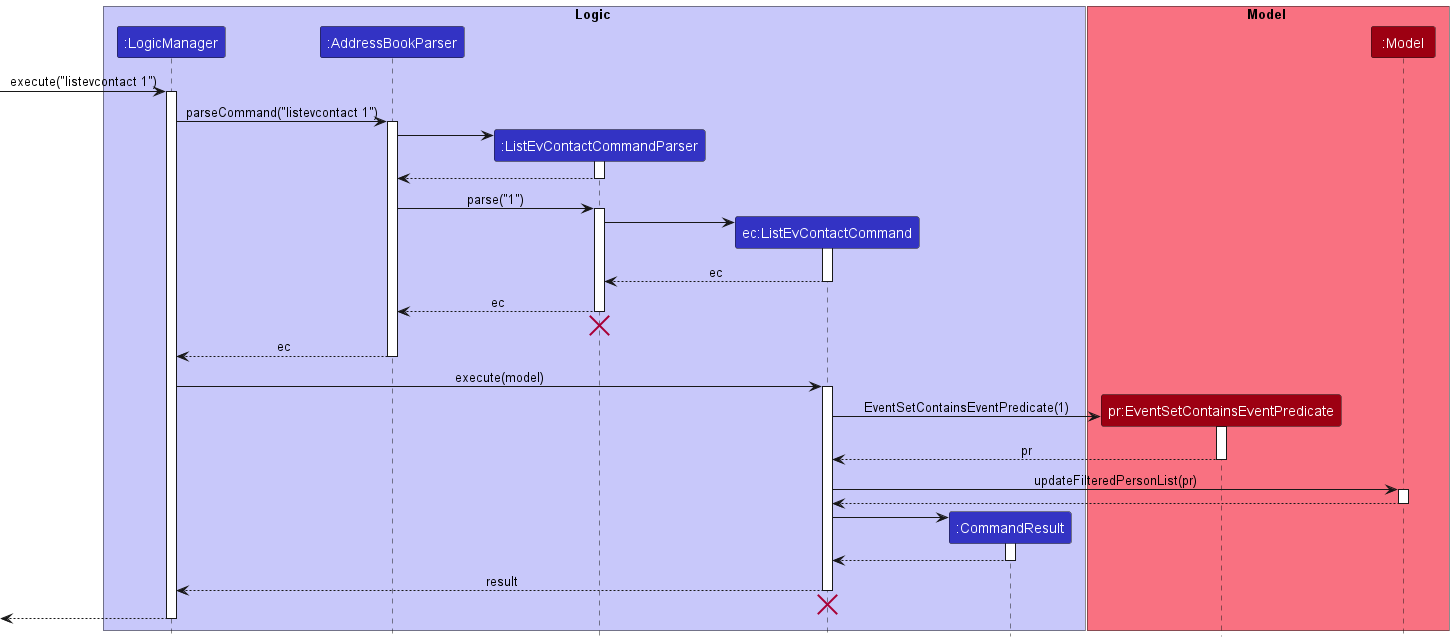
Earlier version of the PlantUML export docs/images/ListEvContactSequenceDiagram.png (nus-cs2103-AY2223S2/tp). Its diagram source:
```plantuml
@startuml
!include style.puml

box Logic LOGIC_COLOR_T1
participant ":LogicManager" as LogicManager LOGIC_COLOR
participant ":AddressBookParser" as AddressBookParser LOGIC_COLOR
participant ":ListEvContactCommandParser" as ListEvContactCommandParser LOGIC_COLOR
participant "ec:ListEvContactCommand" as ListEvContactCommand LOGIC_COLOR
participant ":CommandResult" as CommandResult LOGIC_COLOR
end box

box Model MODEL_COLOR_T1
participant "pr:EventSetContainsEventPredicate" as EventSetContainsEventPredicate MODEL_COLOR
participant ":Model" as Model MODEL_COLOR
end box

[-> LogicManager : execute("listevcontact 1")
activate LogicManager

LogicManager -> AddressBookParser : parseCommand("listevcontact 1")
activate AddressBookParser

create ListEvContactCommandParser
AddressBookParser -> ListEvContactCommandParser
activate ListEvContactCommandParser

ListEvContactCommandParser --> AddressBookParser
deactivate ListEvContactCommandParser

AddressBookParser -> ListEvContactCommandParser : parse("1")
activate ListEvContactCommandParser

create ListEvContactCommand
ListEvContactCommandParser -> ListEvContactCommand
activate ListEvContactCommand

ListEvContactCommand --> ListEvContactCommandParser : ec
deactivate ListEvContactCommand

ListEvContactCommandParser --> AddressBookParser : ec
deactivate ListEvContactCommandParser
ListEvContactCommandParser -[hidden]-> AddressBookParser
destroy ListEvContactCommandParser

AddressBookParser --> LogicManager : ec
deactivate AddressBookParser

LogicManager -> ListEvContactCommand : execute(model)
activate ListEvContactCommand

create EventSetContainsEventPredicate
ListEvContactCommand -> EventSetContainsEventPredicate : EventSetContainsEventPredicate(1)
activate EventSetContainsEventPredicate

EventSetContainsEventPredicate --> ListEvContactCommand :pr
deactivate EventSetContainsEventPredicate

ListEvContactCommand -> Model : updateFilteredPersonList(pr)
activate Model

Model --> ListEvContactCommand
deactivate Model

create CommandResult
ListEvContactCommand -> CommandResult
activate CommandResult

CommandResult --> ListEvContactCommand
deactivate CommandResult

ListEvContactCommand --> LogicManager : result
deactivate ListEvContactCommand
ListEvContactCommand -[hidden]-> LogicManager
destroy ListEvContactCommand

[<--LogicManager
deactivate LogicManager
@enduml
```
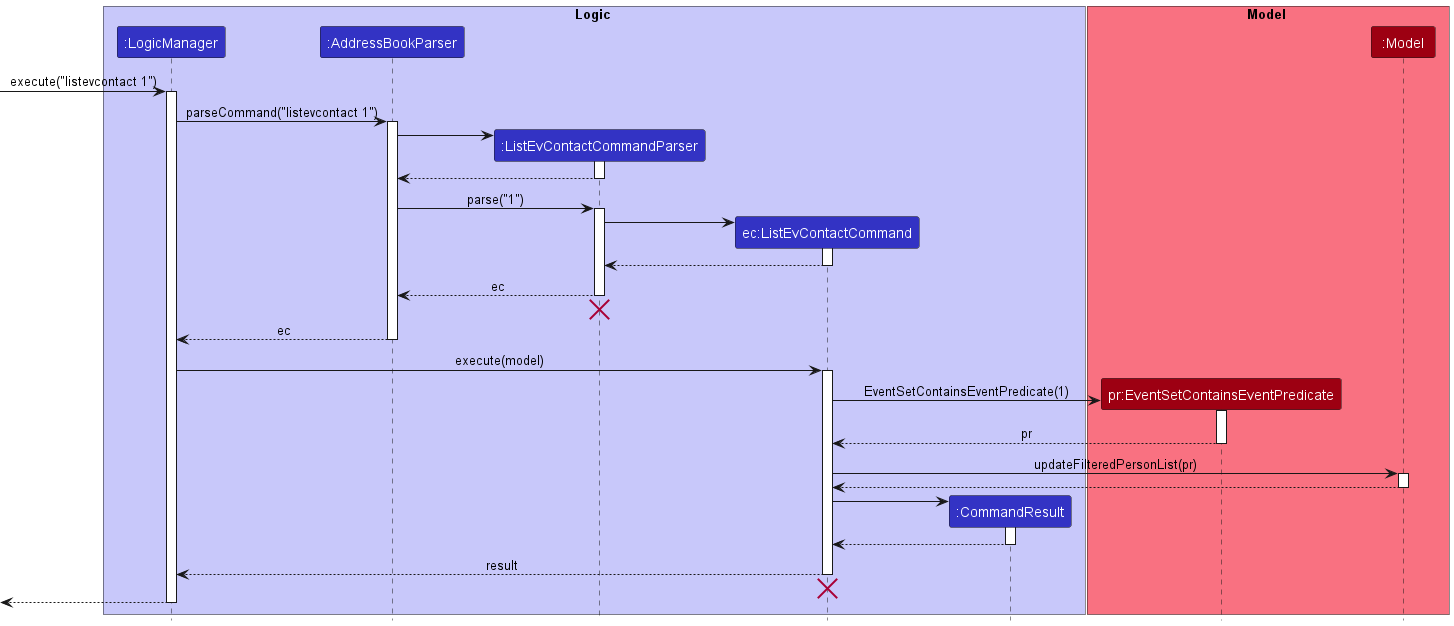
After the commit.

Change to the diagram source:
```diff
@@ -34,7 +34,7 @@
 ListEvContactCommandParser -> ListEvContactCommand
 activate ListEvContactCommand
 
-ListEvContactCommand --> ListEvContactCommandParser : ec
+ListEvContactCommand --> ListEvContactCommandParser
 deactivate ListEvContactCommand
 
 ListEvContactCommandParser --> AddressBookParser : ec
```
